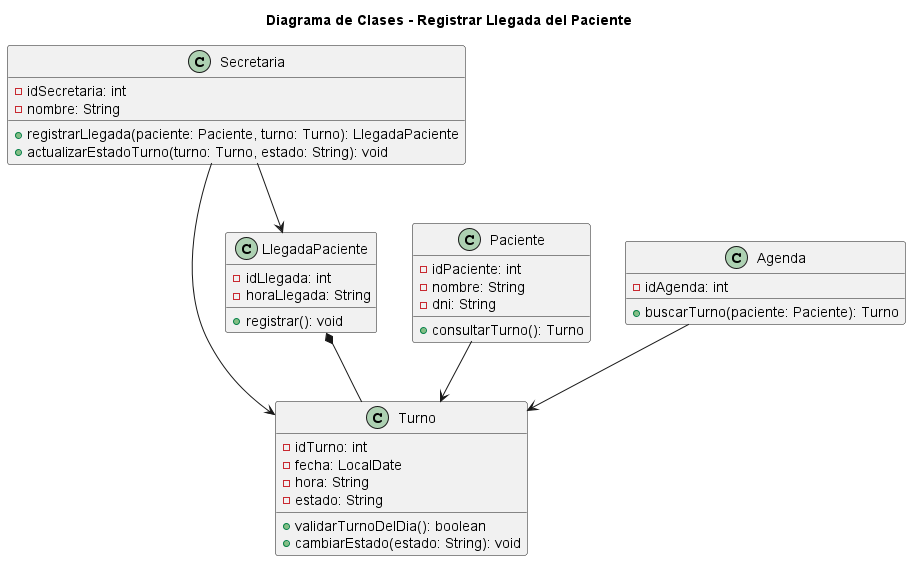
eternalnight04/SistemaTurnosMedicos keeps this PlantUML diagram as diagramas/01-diagrama-clases/04-clases-registrar-llegada.png. Above is the earlier version. Source of this version:
```plantuml
@startuml 04-clases-registrar-llegada.puml

title Diagrama de Clases - Registrar Llegada del Paciente

class Secretaria {
    -idSecretaria: int
    -nombre: String

    +registrarLlegada(paciente: Paciente, turno: Turno): LlegadaPaciente
    +actualizarEstadoTurno(turno: Turno, estado: String): void
}

class Paciente {
    -idPaciente: int
    -nombre: String
    -dni: String

    +consultarTurno(): Turno
}

class Turno {
    -idTurno: int
    -fecha: LocalDate
    -hora: String
    -estado: String

    +validarTurnoDelDia(): boolean
    +cambiarEstado(estado: String): void
}

class LlegadaPaciente {
    -idLlegada: int
    -horaLlegada: String

    +registrar(): void
}

class Agenda {
    -idAgenda: int

    +buscarTurno(paciente: Paciente): Turno
}


Secretaria --> LlegadaPaciente
Secretaria --> Turno
Paciente --> Turno
Agenda --> Turno

LlegadaPaciente *-- Turno

@enduml
```
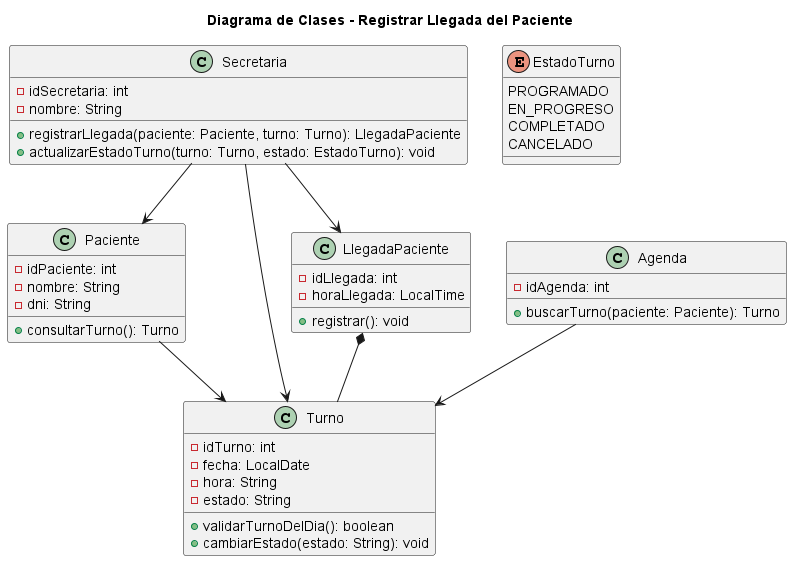
After the change.

Commit message:
se modifico el archivo de clases registrar llegada y se creo un nuevo archivo png a partir de ello

The edit, as a diff of the source:
```diff
@@ -1,4 +1,4 @@
-@startuml 04-clases-registrar-llegada.puml
+@startuml 04-clases-registrar-llegada
 
 title Diagrama de Clases - Registrar Llegada del Paciente
 
@@ -7,7 +7,14 @@
     -nombre: String
 
     +registrarLlegada(paciente: Paciente, turno: Turno): LlegadaPaciente
-    +actualizarEstadoTurno(turno: Turno, estado: String): void
+    +actualizarEstadoTurno(turno: Turno, estado: EstadoTurno): void
+}
+
+enum EstadoTurno {
+    PROGRAMADO
+    EN_PROGRESO
+    COMPLETADO
+    CANCELADO
 }
 
 class Paciente {
@@ -30,7 +37,7 @@
 
 class LlegadaPaciente {
     -idLlegada: int
-    -horaLlegada: String
+    -horaLlegada: LocalTime
 
     +registrar(): void
 }
@@ -42,11 +49,11 @@
 }
 
 
+Secretaria --> Paciente
 Secretaria --> LlegadaPaciente
 Secretaria --> Turno
 Paciente --> Turno
 Agenda --> Turno
-
 LlegadaPaciente *-- Turno
 
 @enduml
```
